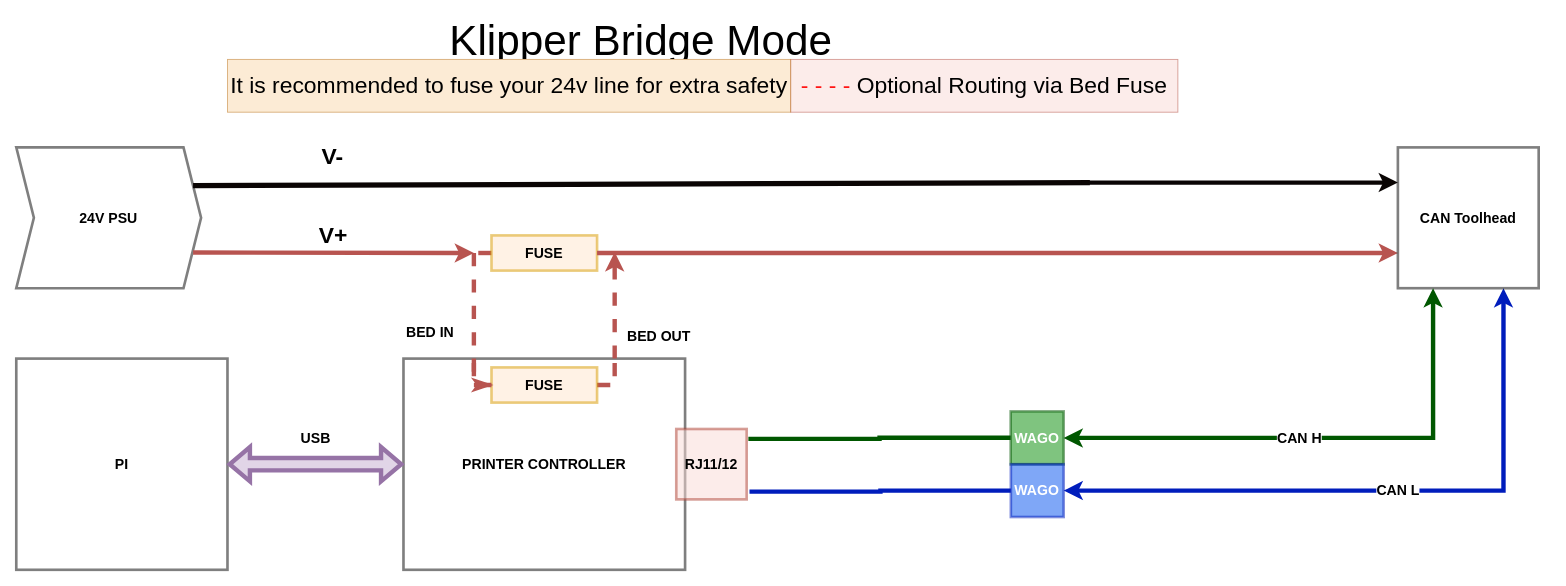
Before: images/klipper_bridge_wiring.drawio in maz0r/klipper_canbus, a draw.io diagram. Source tidied: cells renumbered, new cells numbered last; positions are measured from the earlier drawing's top-left corner, leaving out a move shared by most shapes. Both pictures are drawn from the tidied source at 88%, with x=0, y=0 at pixel (16, 24).
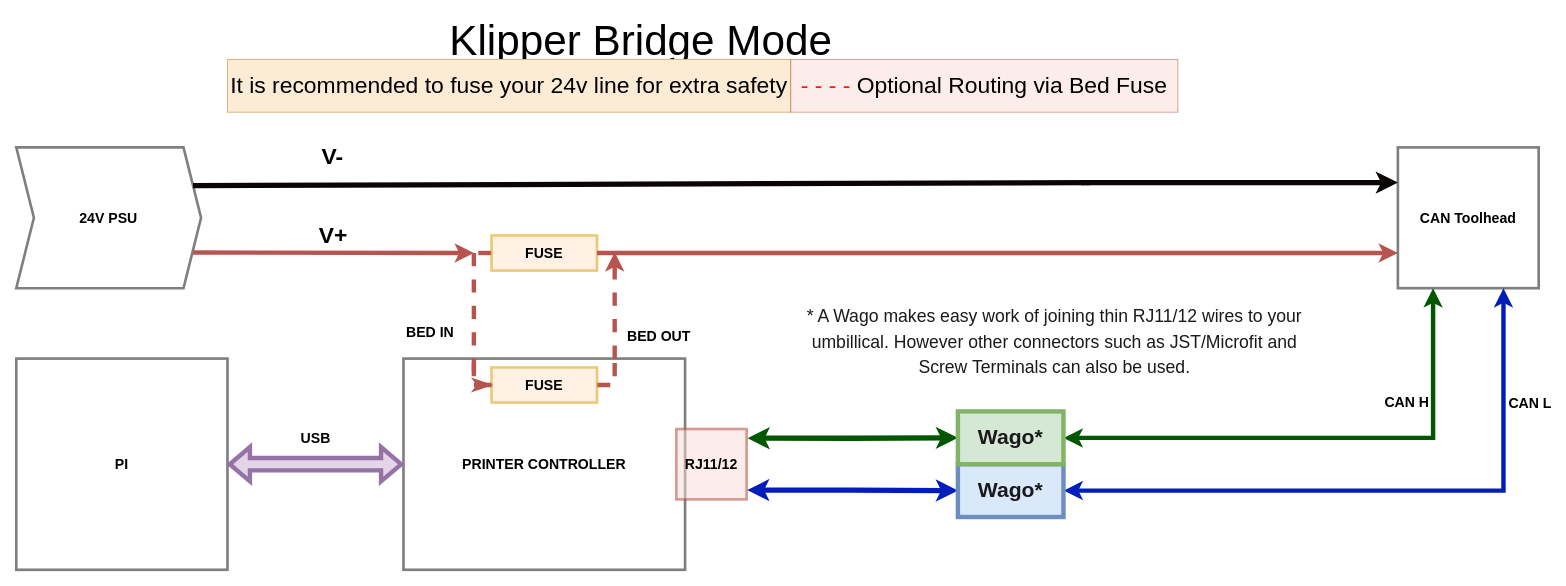
Above is the later version.

The change refers to these unchanged cells:
```xml
<mxCell id="6" value="CAN Toolhead" style="whiteSpace=wrap;html=1;rounded=0;glass=0;labelBorderColor=none;sketch=0;fontSize=16;fontColor=none;strokeColor=default;strokeWidth=3;fillColor=none;opacity=50;fontStyle=1;" parent="1" vertex="1">
  <mxGeometry x="1570" y="140" width="160" height="160" as="geometry" />
</mxCell>
<mxCell id="23" value="RJ11/12" style="whiteSpace=wrap;html=1;rounded=0;glass=0;labelBorderColor=none;sketch=0;fontSize=16;strokeColor=#ae4132;strokeWidth=3;fillColor=#fad9d5;opacity=50;fontStyle=1;" parent="1" vertex="1">
  <mxGeometry x="750" y="460" width="80" height="80" as="geometry" />
</mxCell>
```

Diff of the diagram source:
```diff
@@
-    <mxCell id="5" value="CAN L" style="edgeStyle=elbowEdgeStyle;rounded=0;jettySize=auto;html=1;labelBackgroundColor=default;fontSize=16;fontColor=none;startArrow=classic;startFill=1;endArrow=classic;endFill=1;strokeColor=#001DBC;strokeWidth=5;fillColor=#0050ef;fontStyle=1;entryX=1;entryY=0.5;entryDx=0;entryDy=0;" parent="1" edge="1" source="6" target="22">
-      <mxGeometry x="-0.04" relative="1" as="geometry">
+    <mxCell id="5" value="CAN L" style="edgeStyle=elbowEdgeStyle;rounded=0;jettySize=auto;html=1;labelBackgroundColor=default;fontSize=16;fontColor=none;startArrow=classic;startFill=1;endArrow=classic;endFill=1;strokeColor=#001DBC;strokeWidth=5;fillColor=#0050ef;fontStyle=1;entryX=1;entryY=0.5;entryDx=0;entryDy=0;" parent="1" edge="1" source="6">
+      <mxGeometry x="-0.64" y="30" relative="1" as="geometry">
+        <mxPoint x="1190.2" y="530" as="targetPoint" />
         <Array as="points">
           <mxPoint x="1690" y="430" />
         </Array>
       </mxGeometry>
     </mxCell>
@@
-    <mxCell id="8" style="edgeStyle=elbowEdgeStyle;rounded=0;jettySize=auto;html=1;labelBackgroundColor=default;fontSize=16;fontColor=none;startArrow=none;startFill=0;endArrow=none;endFill=0;strokeColor=#001DBC;strokeWidth=5;exitX=1.038;exitY=0.89;exitDx=0;exitDy=0;exitPerimeter=0;fillColor=#0050ef;" parent="1" edge="1" target="22">
-      <mxGeometry relative="1" as="geometry">
-        <mxPoint x="833.2" y="531.2" as="sourcePoint" />
-      </mxGeometry>
-    </mxCell>
@@
-    <mxCell id="15" value="CAN H" style="edgeStyle=elbowEdgeStyle;rounded=0;jettySize=auto;html=1;entryX=0.25;entryY=1;entryDx=0;entryDy=0;labelBackgroundColor=default;fontSize=16;fontColor=none;startArrow=classic;startFill=1;endArrow=classic;endFill=1;strokeColor=#005700;strokeWidth=5;fillColor=#008a00;fontStyle=1;exitX=1;exitY=0.5;exitDx=0;exitDy=0;" parent="1" edge="1" source="21" target="6">
-      <mxGeometry x="-0.09" relative="1" as="geometry">
+    <mxCell id="15" value="CAN H" style="edgeStyle=elbowEdgeStyle;rounded=0;jettySize=auto;html=1;entryX=0.25;entryY=1;entryDx=0;entryDy=0;labelBackgroundColor=default;fontSize=16;fontColor=none;startArrow=classic;startFill=1;endArrow=classic;endFill=1;strokeColor=#005700;strokeWidth=5;fillColor=#008a00;fontStyle=1;exitX=1;exitY=0.5;exitDx=0;exitDy=0;" parent="1" edge="1" target="6">
+      <mxGeometry x="0.56" y="30" relative="1" as="geometry">
+        <mxPoint x="1190.2" y="470.1" as="sourcePoint" />
         <Array as="points">
           <mxPoint x="1610" y="450" />
         </Array>
       </mxGeometry>
     </mxCell>
@@
-    <mxCell id="17" style="endArrow=none;html=1;rounded=0;labelBackgroundColor=none;fontSize=16;fontColor=none;strokeColor=#0A0504;strokeWidth=5;exitX=0;exitY=0.25;exitDx=0;exitDy=0;endFill=0;startArrow=classic;startFill=1;" parent="1" edge="1" source="6">
+    <mxCell id="17" style="endArrow=none;html=1;rounded=0;labelBackgroundColor=none;fontSize=16;fontColor=none;strokeColor=#0A0504;strokeWidth=6;exitX=0;exitY=0.25;exitDx=0;exitDy=0;endFill=0;startArrow=classic;startFill=1;" parent="1" edge="1" source="6">
       <mxGeometry relative="1" as="geometry">
         <mxPoint x="1210" y="180" as="targetPoint" />
         <Array as="points">
           <mxPoint x="1390" y="180" />
         </Array>
       </mxGeometry>
     </mxCell>
@@
-    <mxCell id="21" value="WAGO" style="whiteSpace=wrap;html=1;rounded=0;glass=0;labelBorderColor=none;sketch=0;fontSize=16;fontColor=#ffffff;strokeColor=#005700;strokeWidth=3;fillColor=#008a00;opacity=50;fontStyle=1;" parent="1" vertex="1">
-      <mxGeometry x="1130" y="440" width="60.2" height="60.2" as="geometry" />
-    </mxCell>
-    <mxCell id="22" value="WAGO" style="whiteSpace=wrap;html=1;rounded=0;glass=0;labelBorderColor=none;sketch=0;fontSize=16;fontColor=#ffffff;strokeColor=#001DBC;strokeWidth=3;fillColor=#0050ef;opacity=50;fontStyle=1;" parent="1" vertex="1">
-      <mxGeometry x="1130.2" y="500" width="60" height="60" as="geometry" />
-    </mxCell>
+    <mxCell id="28" style="edgeStyle=orthogonalEdgeStyle;rounded=0;jettySize=auto;html=1;entryX=0;entryY=0.5;entryDx=0;entryDy=0;fillColor=#008a00;strokeColor=#005700;endArrow=classic;endFill=1;startArrow=classic;startFill=1;strokeWidth=6;exitX=1.014;exitY=0.131;exitDx=0;exitDy=0;exitPerimeter=0;" parent="1" edge="1" source="23" target="31">
+      <mxGeometry relative="1" as="geometry" />
+    </mxCell>
+    <mxCell id="29" style="edgeStyle=orthogonalEdgeStyle;rounded=0;jettySize=auto;html=1;entryX=0;entryY=0.5;entryDx=0;entryDy=0;startArrow=classic;startFill=1;endArrow=classic;endFill=1;strokeWidth=6;fillColor=#0050ef;strokeColor=#001DBC;exitX=1.008;exitY=0.867;exitDx=0;exitDy=0;exitPerimeter=0;" parent="1" edge="1" source="23" target="30">
+      <mxGeometry relative="1" as="geometry" />
+    </mxCell>
@@
-    <mxCell id="24" style="edgeStyle=elbowEdgeStyle;rounded=0;jettySize=auto;html=1;labelBackgroundColor=default;fontSize=16;fontColor=none;startArrow=none;startFill=0;endArrow=none;endFill=0;strokeColor=#005700;strokeWidth=5;fillColor=#008a00;exitX=1.024;exitY=0.14;exitDx=0;exitDy=0;exitPerimeter=0;" parent="1" edge="1" source="23">
-      <mxGeometry relative="1" as="geometry">
-        <mxPoint x="1130" y="470" as="targetPoint" />
-      </mxGeometry>
-    </mxCell>
@@
+    <mxCell id="30" value="Wago*" style="rounded=0;whiteSpace=wrap;html=1;fillColor=#dae8fc;strokeColor=#6c8ebf;strokeWidth=5;fontColor=#1A1A1A;fontSize=24;fontStyle=1;" parent="1" vertex="1">
+      <mxGeometry x="1070" y="500" width="120" height="60" as="geometry" />
+    </mxCell>
+    <mxCell id="31" value="Wago*" style="rounded=0;whiteSpace=wrap;html=1;fillColor=#d5e8d4;strokeColor=#82b366;strokeWidth=5;fontColor=#1A1A1A;fontSize=24;fontStyle=1;" parent="1" vertex="1">
+      <mxGeometry x="1070" y="440" width="120" height="60" as="geometry" />
+    </mxCell>
+    <mxCell id="32" value="&lt;font style=&quot;font-size: 20px;&quot;&gt;* A Wago makes easy work of joining thin RJ11/12 wires to your umbillical. However other connectors such as JST/Microfit and Screw Terminals can also be used.&lt;br&gt;&lt;/font&gt;" style="text;html=1;strokeColor=none;fillColor=none;align=center;verticalAlign=middle;whiteSpace=wrap;rounded=0;fontSize=24;fontColor=#1A1A1A;" parent="1" vertex="1">
+      <mxGeometry x="880" y="320" width="600" height="80" as="geometry" />
+    </mxCell>
```
